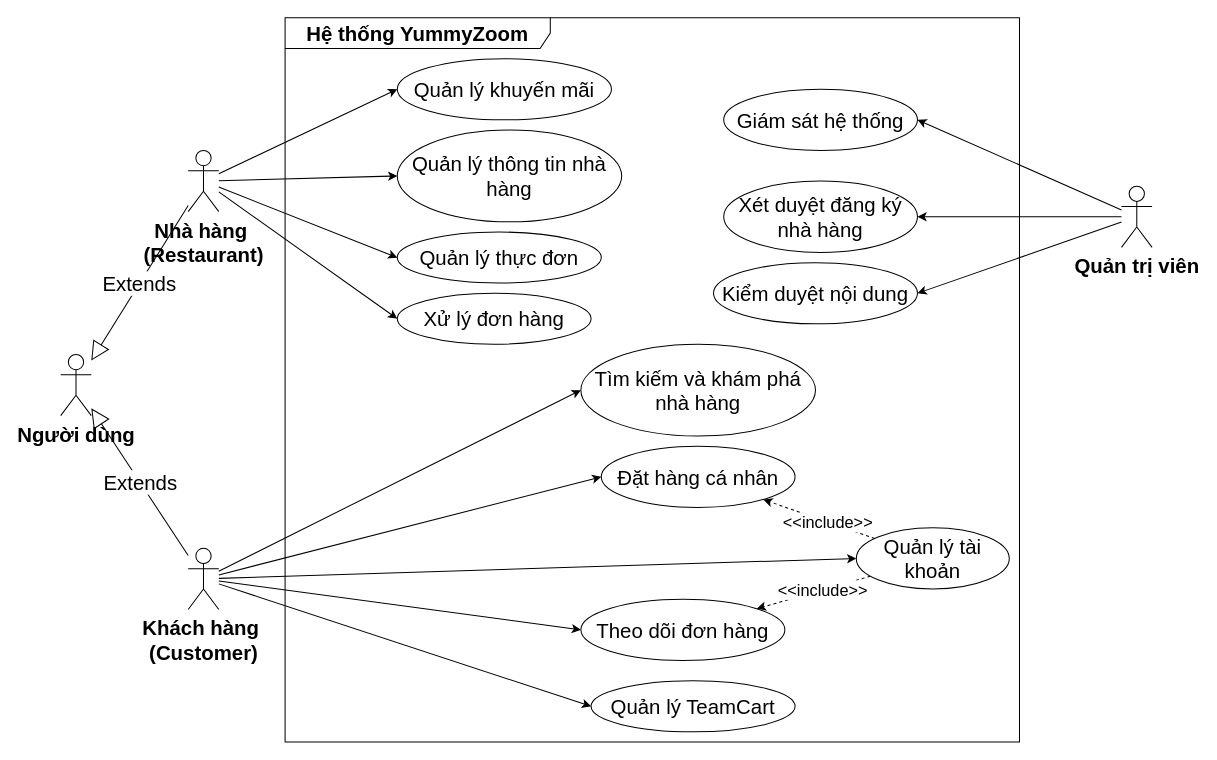
This is report/res/diagrams/usecase_overview.drawio from hoangvu1420/YummyZoom, a draw.io file, before an edit. Source tidied: cells renumbered, new cells numbered last; positions are measured from the earlier drawing's top-left corner, leaving out a move shared by most shapes. Both pictures are drawn from the tidied source at 102%, with x=0, y=0 at pixel (60, 17).
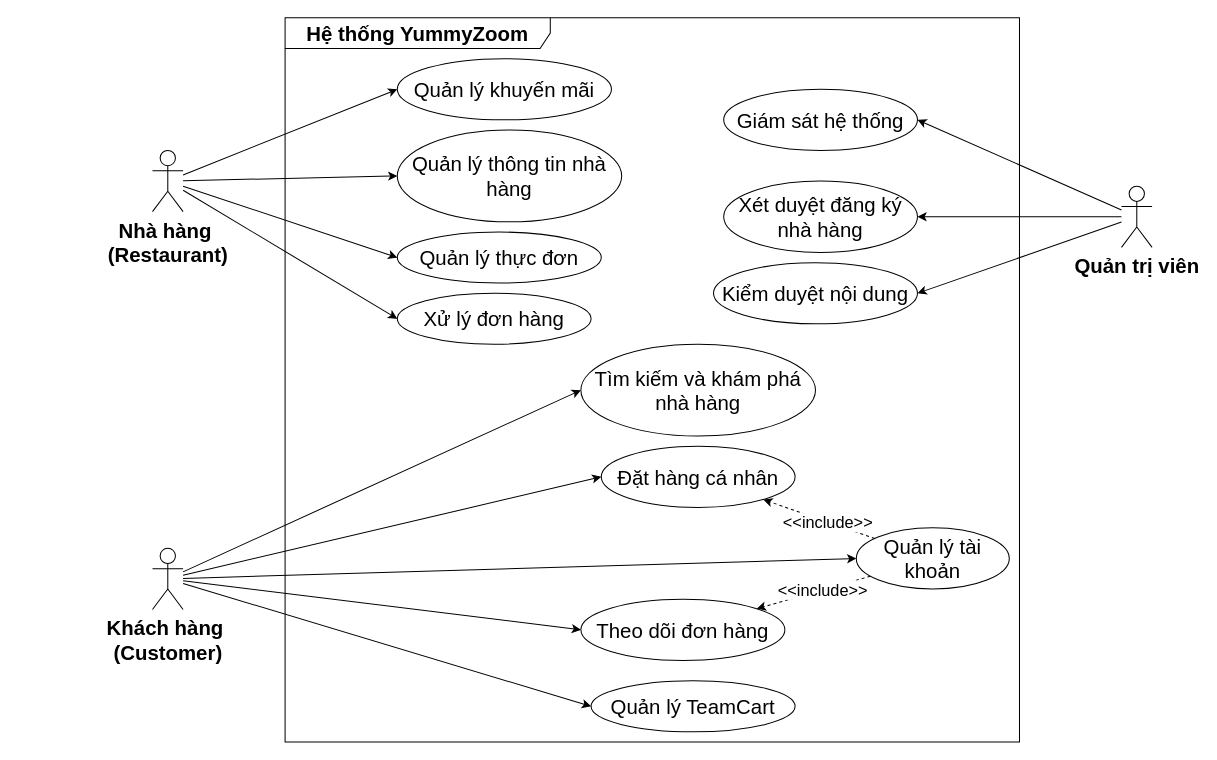
Above is the later version.

What changed in the source:
```diff
@@
-    <mxCell id="2" value="&lt;font style=&quot;font-size: 20px;&quot;&gt;&lt;b style=&quot;font-size: 20px;&quot;&gt;Người dùng&lt;/b&gt;&lt;/font&gt;" style="shape=umlActor;verticalLabelPosition=bottom;verticalAlign=top;html=1;outlineConnect=0;fontSize=20;" parent="1" vertex="1">
-      <mxGeometry y="330" width="30" height="60" as="geometry" />
-    </mxCell>
     <mxCell id="3" value="&lt;font style=&quot;font-size: 20px;&quot;&gt;&lt;b style=&quot;font-size: 20px;&quot;&gt;Khách hàng&amp;nbsp;&lt;/b&gt;&lt;/font&gt;&lt;div style=&quot;font-size: 20px;&quot;&gt;&lt;font style=&quot;font-size: 20px;&quot;&gt;&lt;b style=&quot;font-size: 20px;&quot;&gt;(Customer)&lt;/b&gt;&lt;/font&gt;&lt;/div&gt;" style="shape=umlActor;verticalLabelPosition=bottom;verticalAlign=top;html=1;outlineConnect=0;fontSize=20;" parent="1" vertex="1">
-      <mxGeometry x="125" y="520" width="30" height="60" as="geometry" />
+      <mxGeometry x="90" y="520" width="30" height="60" as="geometry" />
     </mxCell>
-    <mxCell id="4" value="Extends" style="endArrow=block;endSize=16;endFill=0;html=1;rounded=0;fontSize=20;" parent="1" edge="1" source="3" target="2">
-      <mxGeometry relative="1" as="geometry" />
-    </mxCell>
@@
     <mxCell id="6" value="&lt;font style=&quot;font-size: 20px;&quot;&gt;&lt;b style=&quot;font-size: 20px;&quot;&gt;Nhà hàng&amp;nbsp;&lt;/b&gt;&lt;/font&gt;&lt;div style=&quot;font-size: 20px;&quot;&gt;&lt;font style=&quot;font-size: 20px;&quot;&gt;&lt;b style=&quot;font-size: 20px;&quot;&gt;(Restaurant)&lt;/b&gt;&lt;/font&gt;&lt;/div&gt;" style="shape=umlActor;verticalLabelPosition=bottom;verticalAlign=top;html=1;outlineConnect=0;fontSize=20;" parent="1" vertex="1">
-      <mxGeometry x="125" y="130" width="30" height="60" as="geometry" />
+      <mxGeometry x="90" y="130" width="30" height="60" as="geometry" />
     </mxCell>
-    <mxCell id="7" value="Extends" style="endArrow=block;endSize=16;endFill=0;html=1;rounded=0;fontSize=20;" parent="1" edge="1" source="6" target="2">
-      <mxGeometry relative="1" as="geometry" />
-    </mxCell>
```
